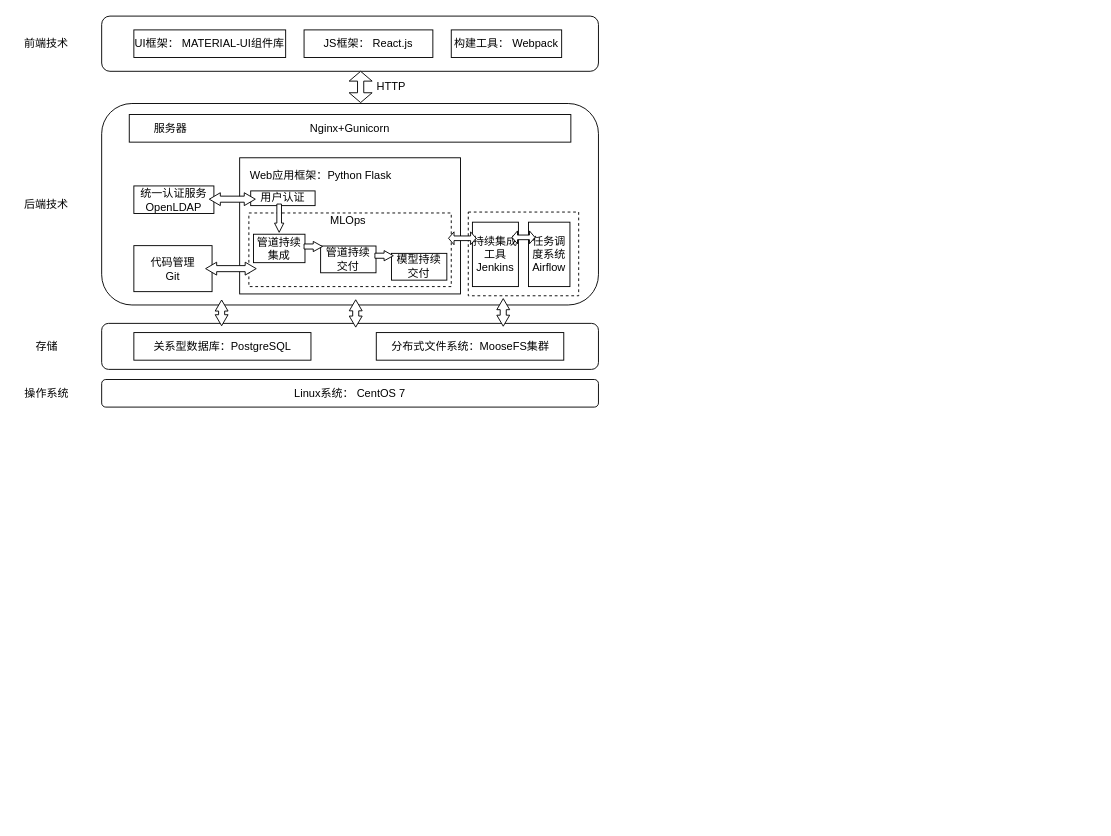
Earlier version of the draw.io diagram 系统技术框架图.drawio (Sequin-hdd/COINFO). Source tidied: cells renumbered, new cells numbered last; positions are measured from the earlier drawing's top-left corner, leaving out a move shared by most shapes. Both pictures are drawn from the tidied source at 92%, with x=0, y=0 at pixel (16, 16).
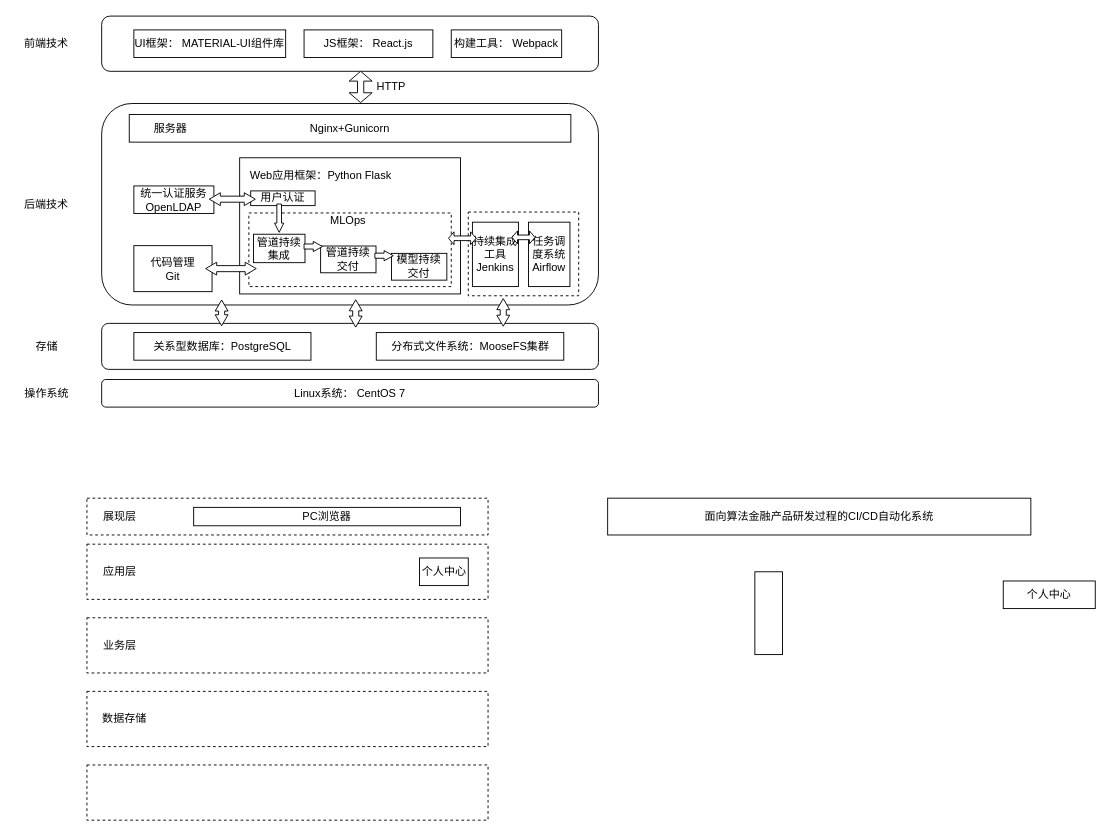
Above is the later version.

Commit message:
更新系统技术框架图.drawio

What changed in the source:
```diff
@@
+    <mxCell id="42" style="rounded=0;whiteSpace=wrap;html=1;dashed=1;" parent="1" vertex="1">
+      <mxGeometry x="77" y="524" width="436" height="40" as="geometry" />
+    </mxCell>
+    <mxCell id="43" style="rounded=0;whiteSpace=wrap;html=1;dashed=1;" parent="1" vertex="1">
+      <mxGeometry x="77" y="574" width="436" height="60" as="geometry" />
+    </mxCell>
+    <mxCell id="44" value="展现层" style="text;html=1;strokeColor=none;fillColor=none;align=center;verticalAlign=middle;whiteSpace=wrap;rounded=0;dashed=1;" parent="1" vertex="1">
+      <mxGeometry x="93" y="534" width="40" height="20" as="geometry" />
+    </mxCell>
+    <mxCell id="45" value="应用层" style="text;html=1;strokeColor=none;fillColor=none;align=center;verticalAlign=middle;whiteSpace=wrap;rounded=0;dashed=1;" parent="1" vertex="1">
+      <mxGeometry x="93" y="594" width="40" height="20" as="geometry" />
+    </mxCell>
+    <mxCell id="46" style="rounded=0;whiteSpace=wrap;html=1;dashed=1;" parent="1" vertex="1">
+      <mxGeometry x="77" y="654" width="436" height="60" as="geometry" />
+    </mxCell>
+    <mxCell id="47" value="业务层" style="text;html=1;strokeColor=none;fillColor=none;align=center;verticalAlign=middle;whiteSpace=wrap;rounded=0;dashed=1;" parent="1" vertex="1">
+      <mxGeometry x="93" y="674" width="40" height="20" as="geometry" />
+    </mxCell>
+    <mxCell id="48" style="rounded=0;whiteSpace=wrap;html=1;dashed=1;" parent="1" vertex="1">
+      <mxGeometry x="77" y="734" width="436" height="60" as="geometry" />
+    </mxCell>
+    <mxCell id="49" value="数据存储" style="text;html=1;strokeColor=none;fillColor=none;align=center;verticalAlign=middle;whiteSpace=wrap;rounded=0;dashed=1;" parent="1" vertex="1">
+      <mxGeometry x="93" y="754" width="50" height="20" as="geometry" />
+    </mxCell>
+    <mxCell id="50" style="rounded=0;whiteSpace=wrap;html=1;dashed=1;" parent="1" vertex="1">
+      <mxGeometry x="77" y="814" width="436" height="60" as="geometry" />
+    </mxCell>
+    <mxCell id="51" value="PC浏览器" style="rounded=0;whiteSpace=wrap;html=1;" parent="1" vertex="1">
+      <mxGeometry x="193" y="534" width="290" height="20" as="geometry" />
+    </mxCell>
+    <mxCell id="52" value="个人中心" style="rounded=0;whiteSpace=wrap;html=1;" parent="1" vertex="1">
+      <mxGeometry x="438.5" y="589" width="53" height="30" as="geometry" />
+    </mxCell>
+    <mxCell id="53" value="面向算法金融产品研发过程的CI/CD自动化系统" style="rounded=0;whiteSpace=wrap;html=1;" parent="1" vertex="1">
+      <mxGeometry x="643" y="524" width="460" height="40" as="geometry" />
+    </mxCell>
+    <mxCell id="54" value="个人中心" style="rounded=0;whiteSpace=wrap;html=1;" parent="1" vertex="1">
+      <mxGeometry x="1073" y="614" width="100" height="30" as="geometry" />
+    </mxCell>
+    <mxCell id="55" style="rounded=0;whiteSpace=wrap;html=1;" parent="1" vertex="1">
+      <mxGeometry x="803" y="604" width="30" height="90" as="geometry" />
+    </mxCell>
```
